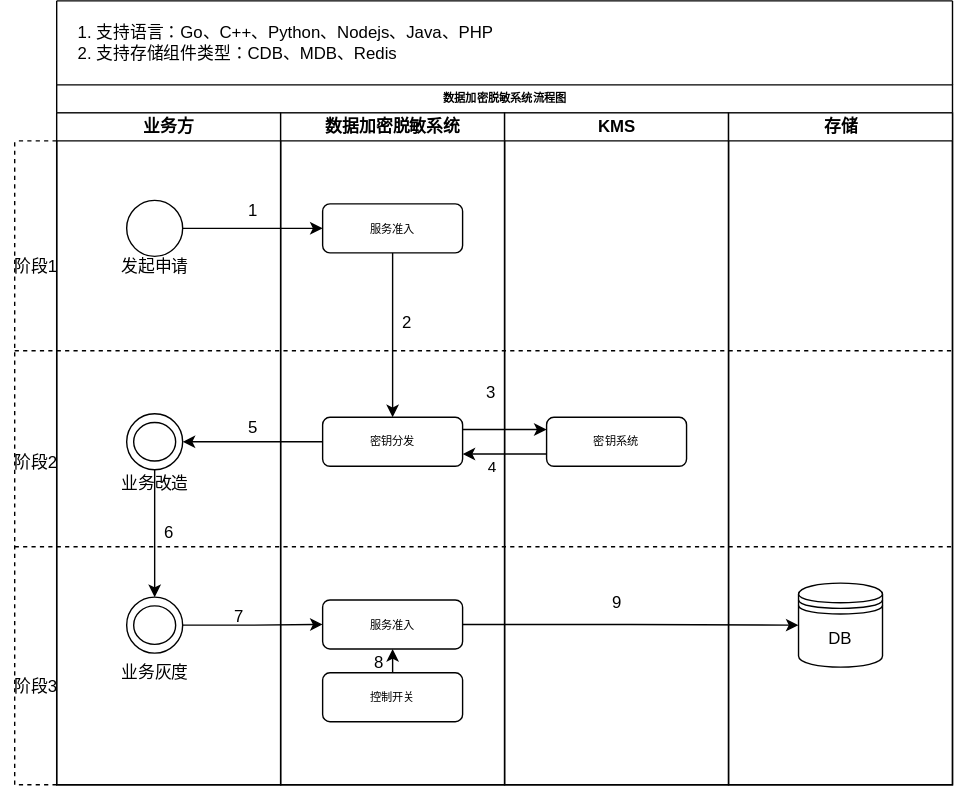
The draw.io diagram 数据加密脱敏流程图.drawio.svg in HuangMingwang/diagrams, before a commit. Source tidied: cells renumbered, new cells last; positions are measured from the earlier drawing's top-left corner, leaving out a move shared by most shapes.
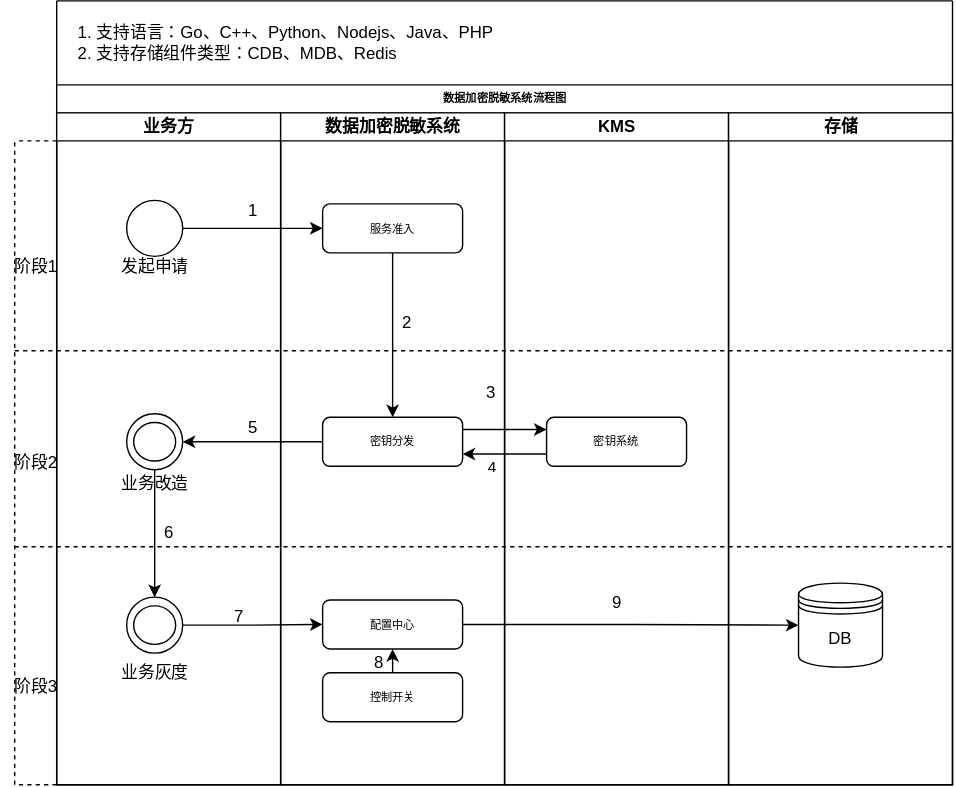
After the commit.

What changed in the source:
```diff
@@ -53,7 +53,7 @@
     <mxCell id="17" value="服务准入" style="rounded=1;whiteSpace=wrap;html=1;shadow=0;labelBackgroundColor=none;strokeWidth=1;fontFamily=Verdana;fontSize=8;align=center;" parent="15" vertex="1">
       <mxGeometry x="30" y="65" width="100" height="35" as="geometry" />
     </mxCell>
-    <mxCell id="18" value="服务准入" style="rounded=1;whiteSpace=wrap;html=1;shadow=0;labelBackgroundColor=none;strokeWidth=1;fontFamily=Verdana;fontSize=8;align=center;" parent="15" vertex="1">
+    <mxCell id="18" value="配置中心" style="rounded=1;whiteSpace=wrap;html=1;shadow=0;labelBackgroundColor=none;strokeWidth=1;fontFamily=Verdana;fontSize=8;align=center;" parent="15" vertex="1">
       <mxGeometry x="30" y="348" width="100" height="35" as="geometry" />
     </mxCell>
     <mxCell id="19" value="密钥分发" style="rounded=1;whiteSpace=wrap;html=1;shadow=0;labelBackgroundColor=none;strokeWidth=1;fontFamily=Verdana;fontSize=8;align=center;" parent="15" vertex="1">
```
